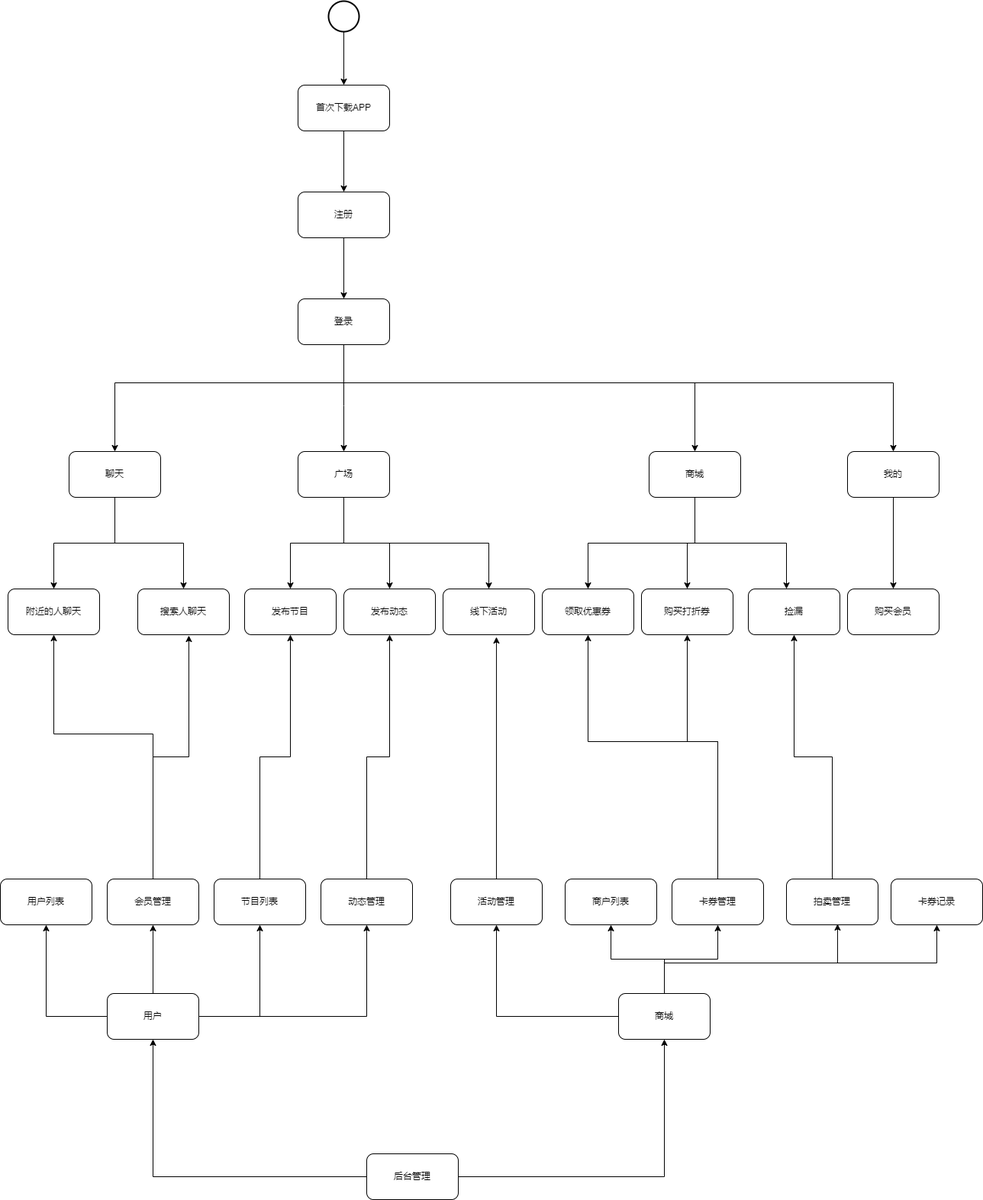
Above: Untitled Diagram.drawio.png in suibianlx/business_architect (draw.io), before the change. Source tidied: cells renumbered, new cells last; positions are measured from the earlier drawing's top-left corner, leaving out a move shared by most shapes.
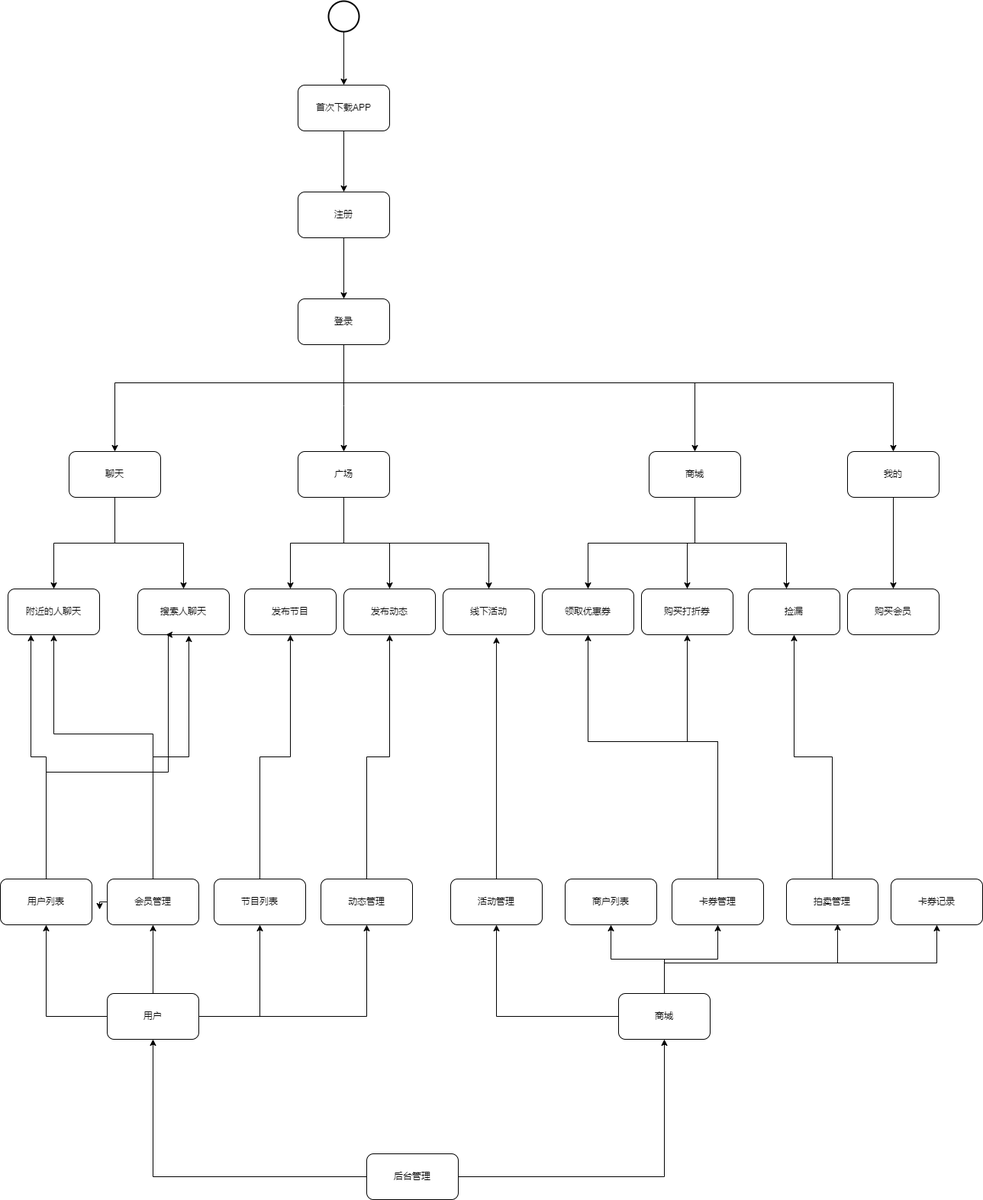
Later version of the same file.

What changed in the source:
```diff
@@ -133,6 +133,18 @@
     <mxCell id="33" value="购买会员" style="rounded=1;whiteSpace=wrap;html=1;" parent="1" vertex="1">
       <mxGeometry x="1110" y="770" width="120" height="60" as="geometry" />
     </mxCell>
+    <mxCell id="66" style="edgeStyle=orthogonalEdgeStyle;rounded=0;jettySize=auto;html=1;entryX=0.308;entryY=1;entryDx=0;entryDy=0;entryPerimeter=0;" parent="1" edge="1" source="34" target="14">
+      <mxGeometry relative="1" as="geometry">
+        <Array as="points">
+          <mxPoint x="60" y="1010" />
+          <mxPoint x="220" y="1010" />
+          <mxPoint x="220" y="830" />
+        </Array>
+      </mxGeometry>
+    </mxCell>
+    <mxCell id="67" style="edgeStyle=orthogonalEdgeStyle;rounded=0;jettySize=auto;html=1;entryX=0.25;entryY=1;entryDx=0;entryDy=0;" parent="1" edge="1" source="34" target="13">
+      <mxGeometry relative="1" as="geometry" />
+    </mxCell>
     <mxCell id="34" value="用户列表" style="rounded=1;whiteSpace=wrap;html=1;" parent="1" vertex="1">
       <mxGeometry y="1150" width="120" height="60" as="geometry" />
     </mxCell>
@@ -162,6 +174,11 @@
     <mxCell id="41" style="edgeStyle=orthogonalEdgeStyle;rounded=0;jettySize=auto;html=1;entryX=0.558;entryY=1.017;entryDx=0;entryDy=0;entryPerimeter=0;" parent="1" edge="1" source="42" target="14">
       <mxGeometry relative="1" as="geometry" />
     </mxCell>
+    <mxCell id="68" style="edgeStyle=orthogonalEdgeStyle;rounded=0;jettySize=auto;html=1;exitX=0;exitY=0.5;exitDx=0;exitDy=0;" parent="1" edge="1" source="42">
+      <mxGeometry relative="1" as="geometry">
+        <mxPoint x="130" y="1190" as="targetPoint" />
+      </mxGeometry>
+    </mxCell>
     <mxCell id="42" value="会员管理" style="rounded=1;whiteSpace=wrap;html=1;" parent="1" vertex="1">
       <mxGeometry x="140" y="1150" width="120" height="60" as="geometry" />
     </mxCell>
```
